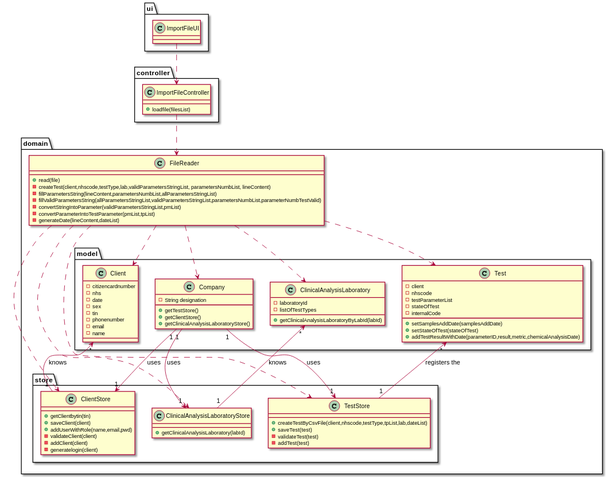
Before: docs/SprintD/US17/US17_CD.svg, a diagram exported from PlantUML (manu-07-ela/LAPR2_ISEP).
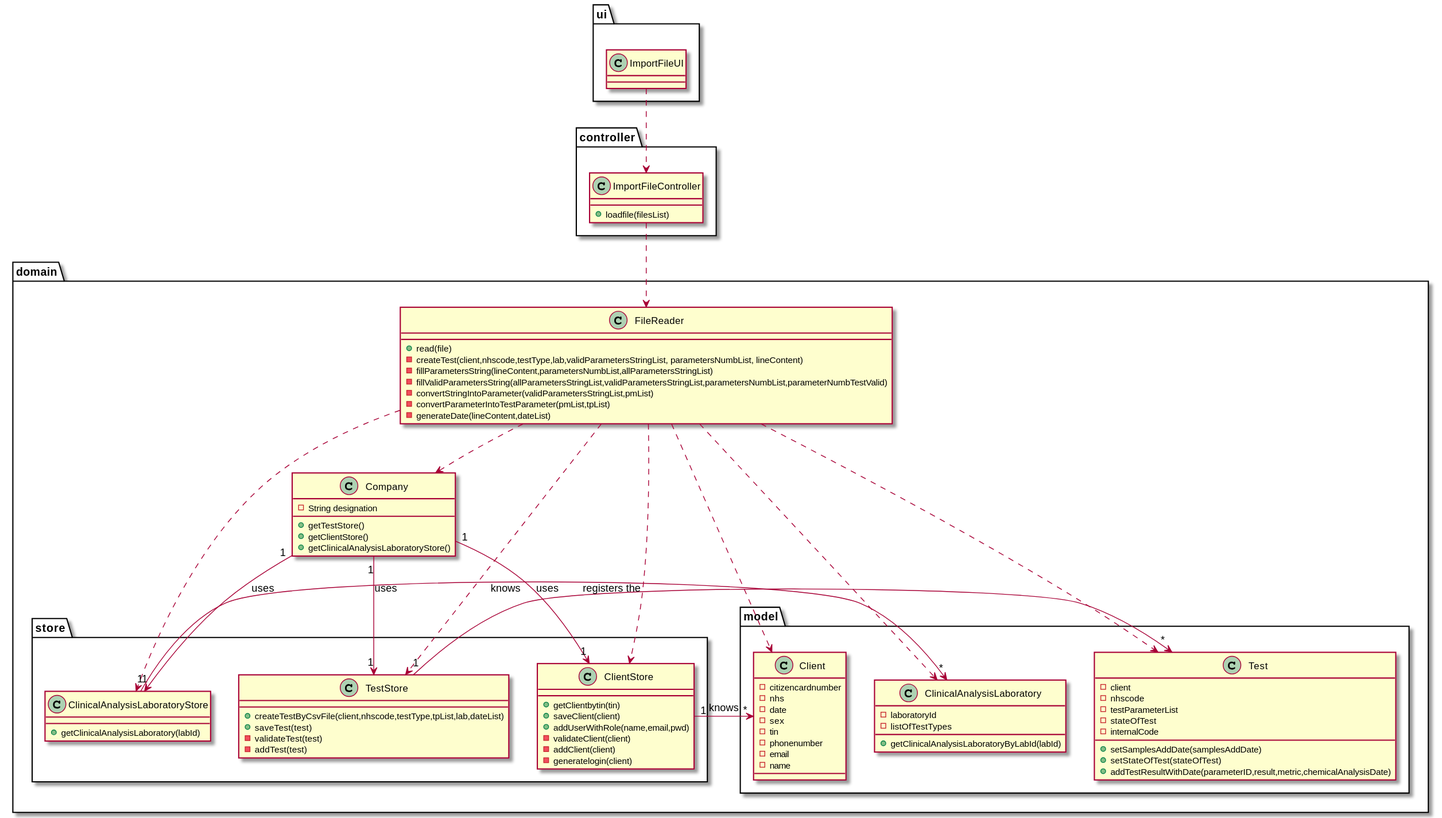
Above is the later version.

What changed in the source:
```diff
@@ -10,6 +10,7 @@
 
 package domain{
 class FileReader
+class Company
 package store{
 class ClientStore
 class ClinicalAnalysisLaboratoryStore
@@ -19,7 +20,7 @@
 class ClinicalAnalysisLaboratory
 class Client
 class Test
-class Company
+
 }
 }
 
@@ -107,8 +108,8 @@
 FileReader ...> TestStore
 FileReader ...> ClinicalAnalysisLaboratoryStore
 Company "1" --> "1" ClientStore : uses
-Company "1" --> "1" ClinicalAnalysisLaboratoryStore : uses
-Company "1" --> "1" TestStore : uses
+Company "1" -> "1" ClinicalAnalysisLaboratoryStore : uses
+Company "1" -> "1" TestStore : uses
 ClientStore "1" -> "*" Client : knows
 ClinicalAnalysisLaboratoryStore "1" -> "*" ClinicalAnalysisLaboratory : knows
 TestStore "1" -> "*" Test : registers the
```
